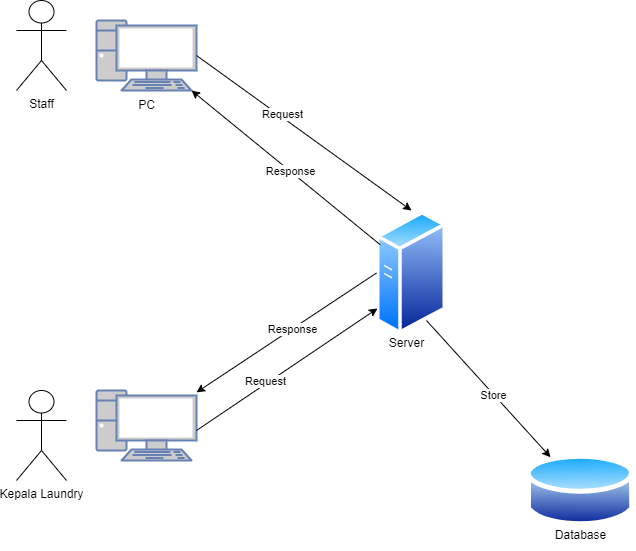
lutfiainnun/Kelompok6 keeps this draw.io diagram as Image SRS/antarmuka perangkat keras.png. Above is the earlier version. Source tidied: cells renumbered, new cells last; positions are measured from the earlier drawing's top-left corner, leaving out a move shared by most shapes.
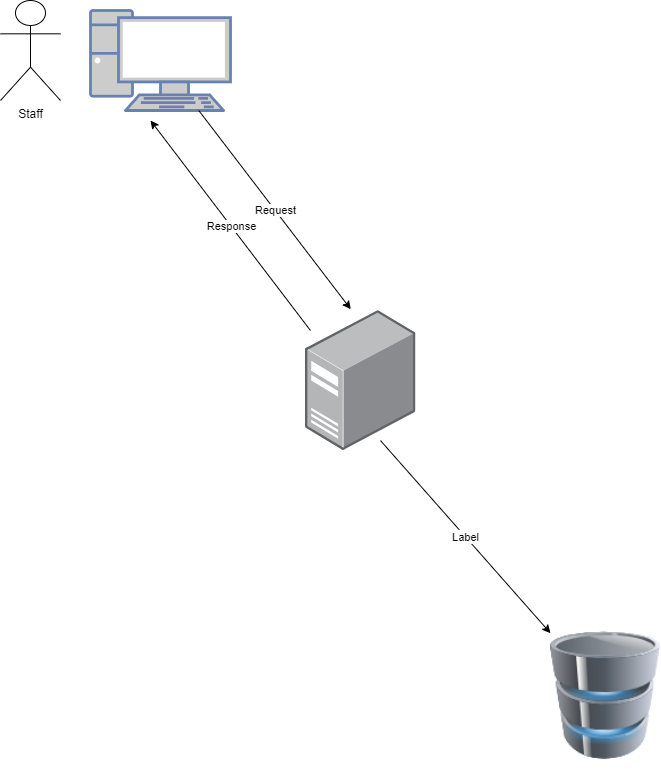
The same file after the commit.

The edit, as a diff of the source:
```diff
@@ -2,72 +2,37 @@
   <root>
     <mxCell id="0" />
     <mxCell id="1" parent="0" />
+    <mxCell id="21" style="fontColor=#0066CC;verticalAlign=top;verticalLabelPosition=bottom;labelPosition=center;align=center;html=1;outlineConnect=0;fillColor=#CCCCCC;strokeColor=#6881B3;gradientColor=none;gradientDirection=north;strokeWidth=2;shape=mxgraph.networks.pc;" parent="1" vertex="1">
+      <mxGeometry x="90" y="10" width="140" height="100" as="geometry" />
+    </mxCell>
     <mxCell id="2" value="Staff" style="shape=umlActor;verticalLabelPosition=bottom;verticalAlign=top;html=1;" parent="1" vertex="1">
-      <mxGeometry width="50" height="90" as="geometry" />
+      <mxGeometry width="60" height="100" as="geometry" />
     </mxCell>
-    <mxCell id="3" style="fontColor=#0066CC;verticalAlign=top;verticalLabelPosition=bottom;labelPosition=center;align=center;html=1;outlineConnect=0;fillColor=#CCCCCC;strokeColor=#6881B3;gradientColor=none;gradientDirection=north;strokeWidth=2;shape=mxgraph.networks.pc;" parent="1" vertex="1">
-      <mxGeometry x="80" y="20" width="100" height="70" as="geometry" />
-    </mxCell>
-    <mxCell id="4" value="PC" style="text;html=1;align=center;verticalAlign=middle;strokeColor=none;fillColor=none;" parent="1" vertex="1">
-      <mxGeometry x="110" y="90" width="40" height="30" as="geometry" />
-    </mxCell>
-    <mxCell id="5" style="image;perimeter=ellipsePerimeter;html=1;align=center;shadow=0;dashed=0;spacingTop=3;image=img/lib/active_directory/generic_server.svg;" parent="1" vertex="1">
-      <mxGeometry x="360" y="210" width="70" height="125" as="geometry" />
-    </mxCell>
-    <mxCell id="6" value="Server" style="text;html=1;align=center;verticalAlign=middle;strokeColor=none;fillColor=none;" parent="1" vertex="1">
-      <mxGeometry x="360" y="328" width="60" height="30" as="geometry" />
-    </mxCell>
-    <mxCell id="7" style="endArrow=classic;html=1;rounded=0;exitX=1;exitY=0.5;exitDx=0;exitDy=0;exitPerimeter=0;entryX=0.5;entryY=0;entryDx=0;entryDy=0;" parent="1" edge="1" source="3" target="5">
-      <mxGeometry relative="1" as="geometry" />
-    </mxCell>
-    <mxCell id="8" value="Request" style="edgeLabel;html=1;align=center;verticalAlign=middle;" parent="7" vertex="1">
-      <mxGeometry x="-0.22" y="3" relative="1" as="geometry" />
-    </mxCell>
-    <mxCell id="9" style="endArrow=classic;html=1;rounded=0;exitX=0;exitY=0.25;exitDx=0;exitDy=0;entryX=0.95;entryY=1;entryDx=0;entryDy=0;entryPerimeter=0;" parent="1" edge="1" source="5" target="3">
-      <mxGeometry relative="1" as="geometry" />
-    </mxCell>
-    <mxCell id="10" value="Response" style="edgeLabel;html=1;align=center;verticalAlign=middle;" parent="9" vertex="1">
-      <mxGeometry x="-0.05" y="1" relative="1" as="geometry">
-        <mxPoint y="-1" as="offset" />
-      </mxGeometry>
-    </mxCell>
-    <mxCell id="11" style="image;perimeter=ellipsePerimeter;html=1;align=center;shadow=0;dashed=0;spacingTop=3;image=img/lib/active_directory/database.svg;" parent="1" vertex="1">
-      <mxGeometry x="510" y="450" width="108.1" height="80" as="geometry" />
-    </mxCell>
-    <mxCell id="12" value="Database" style="text;html=1;align=center;verticalAlign=middle;strokeColor=none;fillColor=none;" parent="1" vertex="1">
-      <mxGeometry x="529.1" y="520" width="70" height="30" as="geometry" />
-    </mxCell>
-    <mxCell id="13" style="endArrow=classic;html=1;rounded=0;" parent="1" edge="1" target="11">
-      <mxGeometry relative="1" as="geometry">
-        <mxPoint x="410" y="320" as="sourcePoint" />
-      </mxGeometry>
-    </mxCell>
+    <mxCell id="22" style="image;points=[];html=1;align=center;shadow=0;dashed=0;image=img/lib/allied_telesis/computer_and_terminals/Server_Desktop.svg;" parent="1" vertex="1">
+      <mxGeometry x="305" y="310" width="110.4" height="140" as="geometry" />
+    </mxCell>
+    <mxCell id="23" style="image;html=1;image=img/lib/clip_art/computers/Database_128x128.png;" parent="1" vertex="1">
+      <mxGeometry x="550" y="620" width="110" height="150" as="geometry" />
+    </mxCell>
+    <mxCell id="24" style="endArrow=classic;html=1;rounded=0;entryX=0.41;entryY=-0.009;entryDx=0;entryDy=0;entryPerimeter=0;" parent="1" edge="1" source="21" target="22">
+      <mxGeometry relative="1" as="geometry" />
+    </mxCell>
+    <mxCell id="25" value="Request" style="edgeLabel;html=1;align=center;verticalAlign=middle;" parent="24" vertex="1">
+      <mxGeometry relative="1" as="geometry" />
+    </mxCell>
+    <mxCell id="26" style="endArrow=classic;html=1;rounded=0;exitX=0.045;exitY=0.143;exitDx=0;exitDy=0;exitPerimeter=0;" parent="1" edge="1" source="22">
+      <mxGeometry relative="1" as="geometry">
+        <mxPoint x="150" y="120" as="targetPoint" />
+      </mxGeometry>
+    </mxCell>
+    <mxCell id="27" value="Response" style="edgeLabel;html=1;align=center;verticalAlign=middle;" parent="26" vertex="1">
+      <mxGeometry relative="1" as="geometry" />
+    </mxCell>
-    <mxCell id="14" value="Store" style="edgeLabel;html=1;align=center;verticalAlign=middle;" parent="13" vertex="1">
-      <mxGeometry x="0.07" y="-2" relative="1" as="geometry">
-        <mxPoint x="1" as="offset" />
-      </mxGeometry>
+    <mxCell id="14" value="Store" style="endArrow=classic;html=1;rounded=0;exitX=0.679;exitY=0.929;exitDx=0;exitDy=0;exitPerimeter=0;" parent="1" edge="1" source="22" target="23">
+      <mxGeometry relative="1" as="geometry" />
     </mxCell>
-    <mxCell id="15" value="Kepala Laundry" style="shape=umlActor;verticalLabelPosition=bottom;verticalAlign=top;html=1;" parent="1" vertex="1">
-      <mxGeometry y="390" width="50" height="90" as="geometry" />
-    </mxCell>
-    <mxCell id="16" style="fontColor=#0066CC;verticalAlign=top;verticalLabelPosition=bottom;labelPosition=center;align=center;html=1;outlineConnect=0;fillColor=#CCCCCC;strokeColor=#6881B3;gradientColor=none;gradientDirection=north;strokeWidth=2;shape=mxgraph.networks.pc;" parent="1" vertex="1">
-      <mxGeometry x="80" y="390" width="100" height="70" as="geometry" />
-    </mxCell>
-    <mxCell id="17" style="endArrow=classic;html=1;rounded=0;exitX=0;exitY=0.5;exitDx=0;exitDy=0;" parent="1" edge="1" source="5" target="16">
-      <mxGeometry relative="1" as="geometry" />
-    </mxCell>
-    <mxCell id="18" value="Response" style="edgeLabel;html=1;align=center;verticalAlign=middle;" parent="17" vertex="1">
-      <mxGeometry x="-0.05" y="1" relative="1" as="geometry">
-        <mxPoint y="-1" as="offset" />
-      </mxGeometry>
-    </mxCell>
-    <mxCell id="19" style="endArrow=classic;html=1;rounded=0;exitX=1;exitY=0.5;exitDx=0;exitDy=0;exitPerimeter=0;entryX=0.014;entryY=0.784;entryDx=0;entryDy=0;entryPerimeter=0;" parent="1" edge="1" target="5">
-      <mxGeometry relative="1" as="geometry">
-        <mxPoint x="180" y="430" as="sourcePoint" />
-      </mxGeometry>
-    </mxCell>
-    <mxCell id="20" value="Request" style="edgeLabel;html=1;align=center;verticalAlign=middle;" parent="19" vertex="1">
-      <mxGeometry x="-0.22" y="3" relative="1" as="geometry" />
-    </mxCell>
+    <mxCell id="28" value="Label" style="edgeLabel;html=1;align=center;verticalAlign=middle;" parent="14" vertex="1">
+      <mxGeometry relative="1" as="geometry" />
+    </mxCell>
   </root>
 </mxGraphModel>
```
